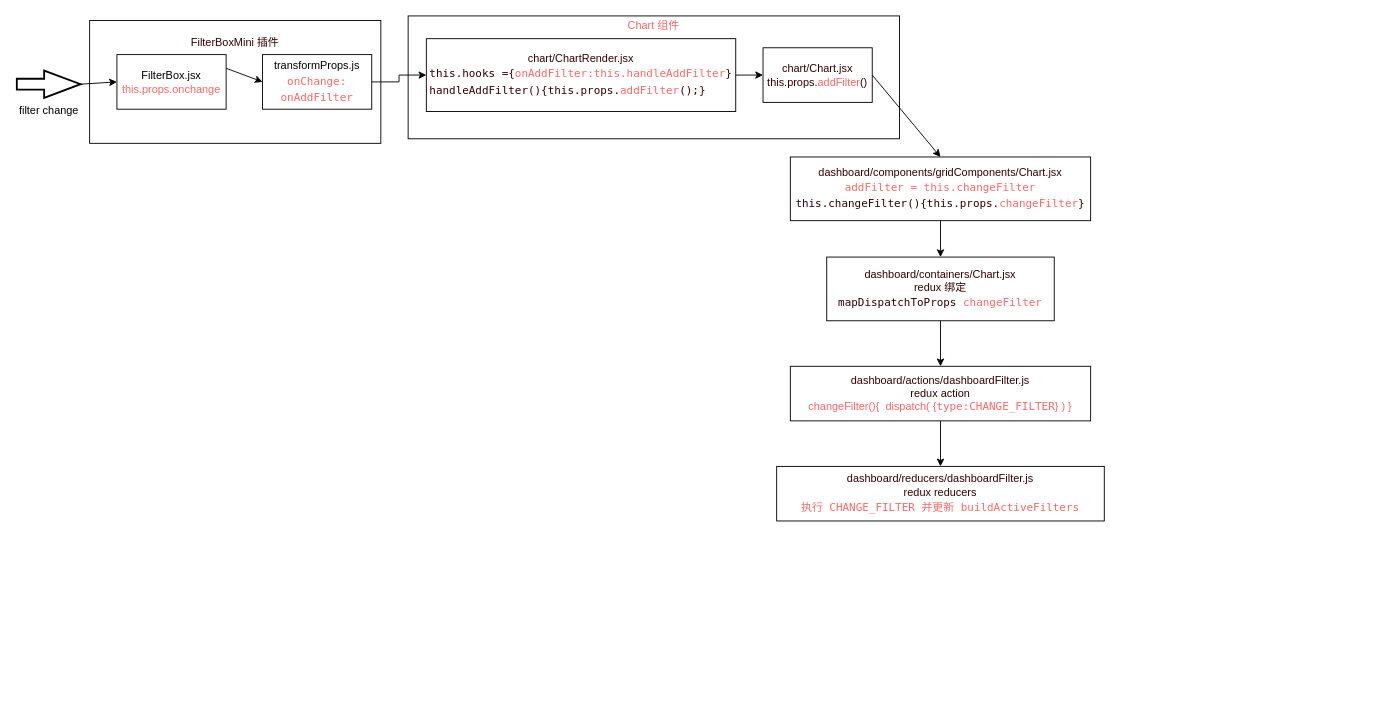
The draw.io diagram Untitled Diagram.drawio in wbbhacker/drawFile, before the edit. Source tidied: cells renumbered, new cells numbered last; positions are measured from the earlier drawing's top-left corner, leaving out a move shared by most shapes. Both pictures are drawn from the tidied source at 91%, with x=0, y=0 at pixel (16, 15).
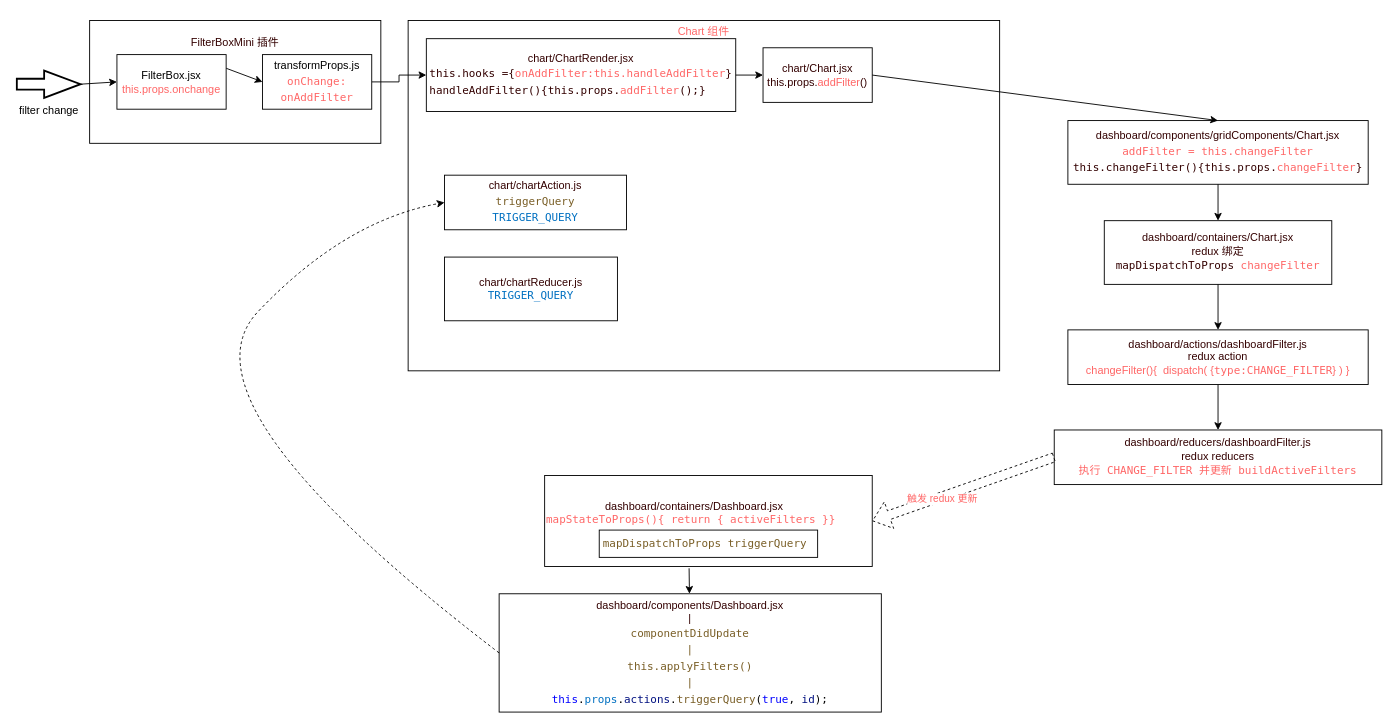
The same diagram, later.

Change to the diagram source:
```diff
@@
+    <mxCell id="3" value="Chart 组件&lt;br&gt;&lt;br&gt;&lt;br&gt;&lt;br&gt;&lt;br&gt;&lt;br&gt;&lt;br&gt;&lt;br&gt;&lt;br&gt;&lt;br&gt;&lt;br&gt;&lt;br&gt;&lt;br&gt;&lt;br&gt;&lt;br&gt;&lt;br&gt;&lt;br&gt;&lt;br&gt;&lt;br&gt;&lt;br&gt;&lt;br&gt;&lt;br&gt;&lt;br&gt;&lt;br&gt;&lt;br&gt;&lt;br&gt;" style="rounded=0;whiteSpace=wrap;html=1;fontColor=#FF6666;" parent="1" vertex="1">
+      <mxGeometry x="430" y="5" width="650" height="385" as="geometry" />
+    </mxCell>
@@
-    <mxCell id="3" value="Chart 组件&lt;br&gt;&lt;br&gt;&lt;br&gt;&lt;br&gt;&lt;br&gt;&lt;br&gt;&lt;br&gt;&lt;br&gt;&lt;br&gt;" style="rounded=0;whiteSpace=wrap;html=1;fontColor=#FF6666;" parent="1" vertex="1">
-      <mxGeometry x="430" width="540" height="135" as="geometry" />
-    </mxCell>
@@
     <mxCell id="10" value="dashboard/components/gridComponents/Chart.jsx&lt;br&gt;&lt;div style=&quot;background-color: rgb(255 , 255 , 255) ; font-family: &amp;#34;menlo&amp;#34; , &amp;#34;monaco&amp;#34; , &amp;#34;courier new&amp;#34; , monospace ; line-height: 18px&quot;&gt;&lt;font color=&quot;#ff6666&quot;&gt; addFilter =&amp;nbsp;this.changeFilter&lt;/font&gt;&lt;/div&gt;&lt;div style=&quot;background-color: rgb(255 , 255 , 255) ; font-family: &amp;#34;menlo&amp;#34; , &amp;#34;monaco&amp;#34; , &amp;#34;courier new&amp;#34; , monospace ; line-height: 18px&quot;&gt;this.changeFilter(){this.props.&lt;font color=&quot;#ff6666&quot;&gt;changeFilter&lt;/font&gt;}&lt;/div&gt;" style="rounded=0;whiteSpace=wrap;html=1;fontColor=#330000;align=center;" parent="1" vertex="1">
-      <mxGeometry x="850" y="155" width="330" height="70" as="geometry" />
+      <mxGeometry x="1155" y="115" width="330" height="70" as="geometry" />
     </mxCell>
@@
     <mxCell id="12" value="dashboard/containers/Chart.jsx&lt;br&gt;redux 绑定&lt;br&gt;&lt;div style=&quot;background-color: rgb(255 , 255 , 255) ; font-family: &amp;#34;menlo&amp;#34; , &amp;#34;monaco&amp;#34; , &amp;#34;courier new&amp;#34; , monospace ; line-height: 18px&quot;&gt;mapDispatchToProps&lt;span style=&quot;color: rgb(121 , 94 , 38)&quot;&gt;&amp;nbsp;&lt;/span&gt;&lt;span style=&quot;font-family: &amp;#34;menlo&amp;#34; , &amp;#34;monaco&amp;#34; , &amp;#34;courier new&amp;#34; , monospace&quot;&gt;&lt;font color=&quot;#ff6666&quot;&gt;changeFilter&lt;/font&gt;&lt;/span&gt;&lt;/div&gt;" style="rounded=0;whiteSpace=wrap;html=1;fontColor=#330000;" parent="1" vertex="1">
-      <mxGeometry x="890" y="265" width="250" height="70" as="geometry" />
+      <mxGeometry x="1195" y="225" width="250" height="70" as="geometry" />
     </mxCell>
@@
     <mxCell id="15" value="dashboard/actions/dashboardFilter.js&lt;br&gt;redux action&lt;br&gt;&lt;font color=&quot;#ff6666&quot;&gt;changeFilter(){&amp;nbsp; dispatch( {&lt;span style=&quot;font-family: &amp;#34;menlo&amp;#34; , &amp;#34;monaco&amp;#34; , &amp;#34;courier new&amp;#34; , monospace&quot;&gt;type&lt;/span&gt;&lt;span style=&quot;font-family: &amp;#34;menlo&amp;#34; , &amp;#34;monaco&amp;#34; , &amp;#34;courier new&amp;#34; , monospace&quot;&gt;:&lt;/span&gt;&lt;span style=&quot;font-family: &amp;#34;menlo&amp;#34; , &amp;#34;monaco&amp;#34; , &amp;#34;courier new&amp;#34; , monospace&quot;&gt;CHANGE_FILTER&lt;/span&gt;} ) }&lt;/font&gt;" style="rounded=0;whiteSpace=wrap;html=1;fontColor=#330000;" parent="1" vertex="1">
-      <mxGeometry x="850" y="385" width="330" height="60" as="geometry" />
+      <mxGeometry x="1155" y="345" width="330" height="60" as="geometry" />
     </mxCell>
@@
     <mxCell id="17" value="dashboard/reducers/dashboardFilter.js&lt;br&gt;redux reducers&lt;br&gt;&lt;div style=&quot;background-color: rgb(255 , 255 , 255) ; font-family: &amp;#34;menlo&amp;#34; , &amp;#34;monaco&amp;#34; , &amp;#34;courier new&amp;#34; , monospace ; line-height: 18px&quot;&gt;&lt;font color=&quot;#ff6666&quot;&gt;执行 CHANGE_FILTER 并更新&amp;nbsp;buildActiveFilters&lt;/font&gt;&lt;/div&gt;" style="rounded=0;whiteSpace=wrap;html=1;fontColor=#330000;" parent="1" vertex="1">
-      <mxGeometry x="835" y="495" width="360" height="60" as="geometry" />
+      <mxGeometry x="1140" y="455" width="360" height="60" as="geometry" />
     </mxCell>
@@
+    <mxCell id="21" style="shape=flexArrow;endArrow=classic;html=1;rounded=0;fontColor=#FF6666;exitX=0;exitY=0.5;exitDx=0;exitDy=0;entryX=1;entryY=0.5;entryDx=0;entryDy=0;dashed=1;" parent="1" edge="1" source="17" target="26">
+      <mxGeometry relative="1" as="geometry" />
+    </mxCell>
+    <mxCell id="22" value="触发 redux 更新" style="edgeLabel;html=1;align=center;verticalAlign=middle;fontColor=#FF6666;" parent="21" vertex="1">
+      <mxGeometry x="0.24" y="1" relative="1" as="geometry">
+        <mxPoint y="1" as="offset" />
+      </mxGeometry>
+    </mxCell>
+    <mxCell id="23" value="&lt;font color=&quot;#330000&quot;&gt;dashboard/components/Dashboard.jsx&lt;br&gt;|&lt;br&gt;&lt;/font&gt;&lt;div style=&quot;color: rgb(0 , 0 , 0) ; background-color: rgb(255 , 255 , 255) ; font-family: &amp;#34;menlo&amp;#34; , &amp;#34;monaco&amp;#34; , &amp;#34;courier new&amp;#34; , monospace ; line-height: 18px&quot;&gt;&lt;span style=&quot;color: #795e26&quot;&gt;componentDidUpdate&lt;/span&gt;&lt;/div&gt;&lt;div style=&quot;background-color: rgb(255 , 255 , 255) ; font-family: &amp;#34;menlo&amp;#34; , &amp;#34;monaco&amp;#34; , &amp;#34;courier new&amp;#34; , monospace ; line-height: 18px&quot;&gt;&lt;font color=&quot;#795e26&quot;&gt;|&lt;/font&gt;&lt;/div&gt;&lt;div style=&quot;color: rgb(0 , 0 , 0) ; background-color: rgb(255 , 255 , 255) ; font-family: &amp;#34;menlo&amp;#34; , &amp;#34;monaco&amp;#34; , &amp;#34;courier new&amp;#34; , monospace ; line-height: 18px&quot;&gt;&lt;span style=&quot;color: #795e26&quot;&gt;this.applyFilters()&lt;/span&gt;&lt;/div&gt;&lt;div style=&quot;color: rgb(0 , 0 , 0) ; background-color: rgb(255 , 255 , 255) ; font-family: &amp;#34;menlo&amp;#34; , &amp;#34;monaco&amp;#34; , &amp;#34;courier new&amp;#34; , monospace ; line-height: 18px&quot;&gt;&lt;span style=&quot;color: #795e26&quot;&gt;|&lt;/span&gt;&lt;/div&gt;&lt;div style=&quot;color: rgb(0 , 0 , 0) ; background-color: rgb(255 , 255 , 255) ; font-family: &amp;#34;menlo&amp;#34; , &amp;#34;monaco&amp;#34; , &amp;#34;courier new&amp;#34; , monospace ; line-height: 18px&quot;&gt;&lt;div style=&quot;font-family: &amp;#34;menlo&amp;#34; , &amp;#34;monaco&amp;#34; , &amp;#34;courier new&amp;#34; , monospace ; line-height: 18px&quot;&gt;&lt;span style=&quot;color: #0000ff&quot;&gt;this&lt;/span&gt;.&lt;span style=&quot;color: #0070c1&quot;&gt;props&lt;/span&gt;.&lt;span style=&quot;color: #001080&quot;&gt;actions&lt;/span&gt;.&lt;span style=&quot;color: #795e26&quot;&gt;triggerQuery&lt;/span&gt;(&lt;span style=&quot;color: #0000ff&quot;&gt;true&lt;/span&gt;, &lt;span style=&quot;color: #001080&quot;&gt;id&lt;/span&gt;);&lt;/div&gt;&lt;/div&gt;" style="rounded=0;whiteSpace=wrap;html=1;fontColor=#FF6666;" parent="1" vertex="1">
+      <mxGeometry x="530" y="635" width="420" height="130" as="geometry" />
+    </mxCell>
+    <mxCell id="24" style="endArrow=classic;html=1;rounded=0;fontColor=#330000;exitX=0.441;exitY=1.02;exitDx=0;exitDy=0;exitPerimeter=0;" parent="1" edge="1" source="26" target="23">
+      <mxGeometry relative="1" as="geometry" />
+    </mxCell>
+    <mxCell id="25" style="group;" parent="1" vertex="1">
+      <mxGeometry x="580" y="505" width="360" height="100" as="geometry" />
+    </mxCell>
+    <mxCell id="26" value="&lt;div style=&quot;text-align: center&quot;&gt;&lt;span style=&quot;color: rgb(51 , 0 , 0)&quot;&gt;dashboard/containers/Dashboard.jsx&lt;/span&gt;&lt;/div&gt;&lt;span style=&quot;background-color: rgb(255 , 255 , 255) ; font-family: &amp;#34;menlo&amp;#34; , &amp;#34;monaco&amp;#34; , &amp;#34;courier new&amp;#34; , monospace&quot;&gt;&lt;div style=&quot;text-align: center&quot;&gt;mapStateToProps(){ return {&amp;nbsp;activeFilters }}&amp;nbsp;&lt;/div&gt;&lt;div style=&quot;text-align: center&quot;&gt;&lt;div style=&quot;color: rgb(0 , 0 , 0) ; font-family: &amp;#34;menlo&amp;#34; , &amp;#34;monaco&amp;#34; , &amp;#34;courier new&amp;#34; , monospace ; line-height: 18px&quot;&gt;&lt;br&gt;&lt;/div&gt;&lt;/div&gt;&lt;/span&gt;" style="rounded=0;whiteSpace=wrap;html=1;fontColor=#FF6666;align=left;" parent="25" vertex="1">
+      <mxGeometry width="360" height="100" as="geometry" />
+    </mxCell>
+    <mxCell id="27" value="&lt;span style=&quot;font-family: &amp;#34;menlo&amp;#34; , &amp;#34;monaco&amp;#34; , &amp;#34;courier new&amp;#34; , monospace ; background-color: rgb(255 , 255 , 255) ; color: rgb(121 , 94 , 38)&quot;&gt;mapDispatchToProps&amp;nbsp;&lt;/span&gt;&lt;span style=&quot;font-family: &amp;#34;menlo&amp;#34; , &amp;#34;monaco&amp;#34; , &amp;#34;courier new&amp;#34; , monospace ; background-color: rgb(255 , 255 , 255) ; color: rgb(121 , 94 , 38)&quot;&gt;triggerQuery&lt;/span&gt;&lt;span style=&quot;font-family: &amp;#34;menlo&amp;#34; , &amp;#34;monaco&amp;#34; , &amp;#34;courier new&amp;#34; , monospace ; background-color: rgb(255 , 255 , 255) ; color: rgb(121 , 94 , 38)&quot;&gt;&amp;nbsp;&lt;/span&gt;" style="rounded=0;whiteSpace=wrap;html=1;fontColor=#330000;" parent="25" vertex="1">
+      <mxGeometry x="60" y="60" width="240" height="30" as="geometry" />
+    </mxCell>
+    <mxCell id="28" value="chart/chartAction.js&lt;br&gt;&lt;div style=&quot;color: rgb(0 , 0 , 0) ; background-color: rgb(255 , 255 , 255) ; font-family: &amp;#34;menlo&amp;#34; , &amp;#34;monaco&amp;#34; , &amp;#34;courier new&amp;#34; , monospace ; line-height: 18px&quot;&gt;&lt;span style=&quot;color: #795e26&quot;&gt;triggerQuery&lt;/span&gt;&lt;/div&gt;&lt;div style=&quot;color: rgb(0 , 0 , 0) ; background-color: rgb(255 , 255 , 255) ; font-family: &amp;#34;menlo&amp;#34; , &amp;#34;monaco&amp;#34; , &amp;#34;courier new&amp;#34; , monospace ; line-height: 18px&quot;&gt;&lt;div style=&quot;font-family: &amp;#34;menlo&amp;#34; , &amp;#34;monaco&amp;#34; , &amp;#34;courier new&amp;#34; , monospace ; line-height: 18px&quot;&gt;&lt;span style=&quot;color: #0070c1&quot;&gt;TRIGGER_QUERY&lt;/span&gt;&lt;/div&gt;&lt;/div&gt;" style="rounded=0;whiteSpace=wrap;html=1;fontColor=#330000;" parent="1" vertex="1">
+      <mxGeometry x="470" y="175" width="200" height="60" as="geometry" />
+    </mxCell>
+    <mxCell id="29" value="chart/chartReducer.js&lt;br&gt;&lt;span style=&quot;color: rgb(0 , 112 , 193) ; font-family: &amp;#34;menlo&amp;#34; , &amp;#34;monaco&amp;#34; , &amp;#34;courier new&amp;#34; , monospace ; background-color: rgb(255 , 255 , 255)&quot;&gt;TRIGGER_QUERY&lt;/span&gt;" style="rounded=0;whiteSpace=wrap;html=1;fontColor=#330000;" parent="1" vertex="1">
+      <mxGeometry x="470" y="265" width="190" height="70" as="geometry" />
+    </mxCell>
+    <mxCell id="30" style="curved=1;endArrow=classic;html=1;rounded=0;dashed=1;fontColor=#330000;exitX=0;exitY=0.5;exitDx=0;exitDy=0;entryX=0;entryY=0.5;entryDx=0;entryDy=0;" parent="1" edge="1" source="23" target="28">
+      <mxGeometry relative="1" as="geometry">
+        <Array as="points">
+          <mxPoint x="170" y="425" />
+          <mxPoint x="360" y="225" />
+        </Array>
+      </mxGeometry>
+    </mxCell>
```
